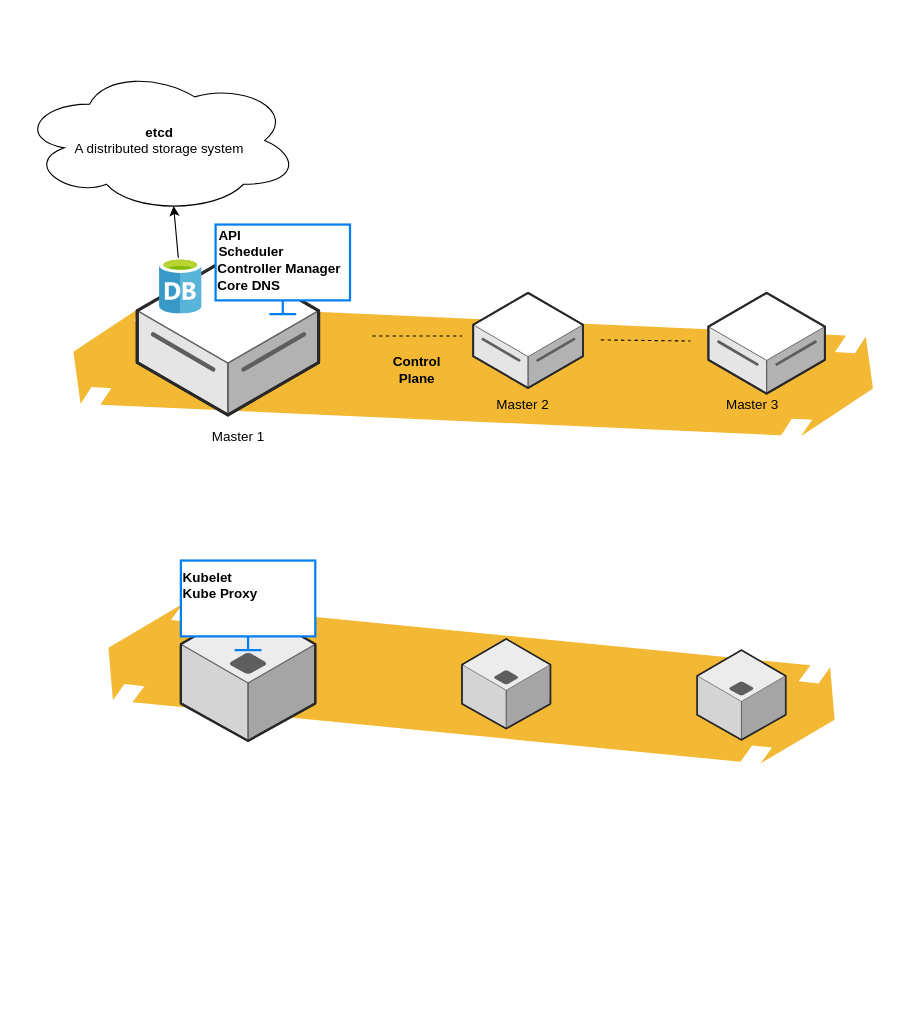
arjun289/CodeBinge keeps this draw.io diagram as draw_image/kube_basic.drawio. Above is the earlier version. Source tidied: cells renumbered, new cells numbered last; positions are measured from the earlier drawing's top-left corner, leaving out a move shared by most shapes. Both pictures are drawn from the tidied source at 112%, with x=0, y=0 at pixel (19, 67).
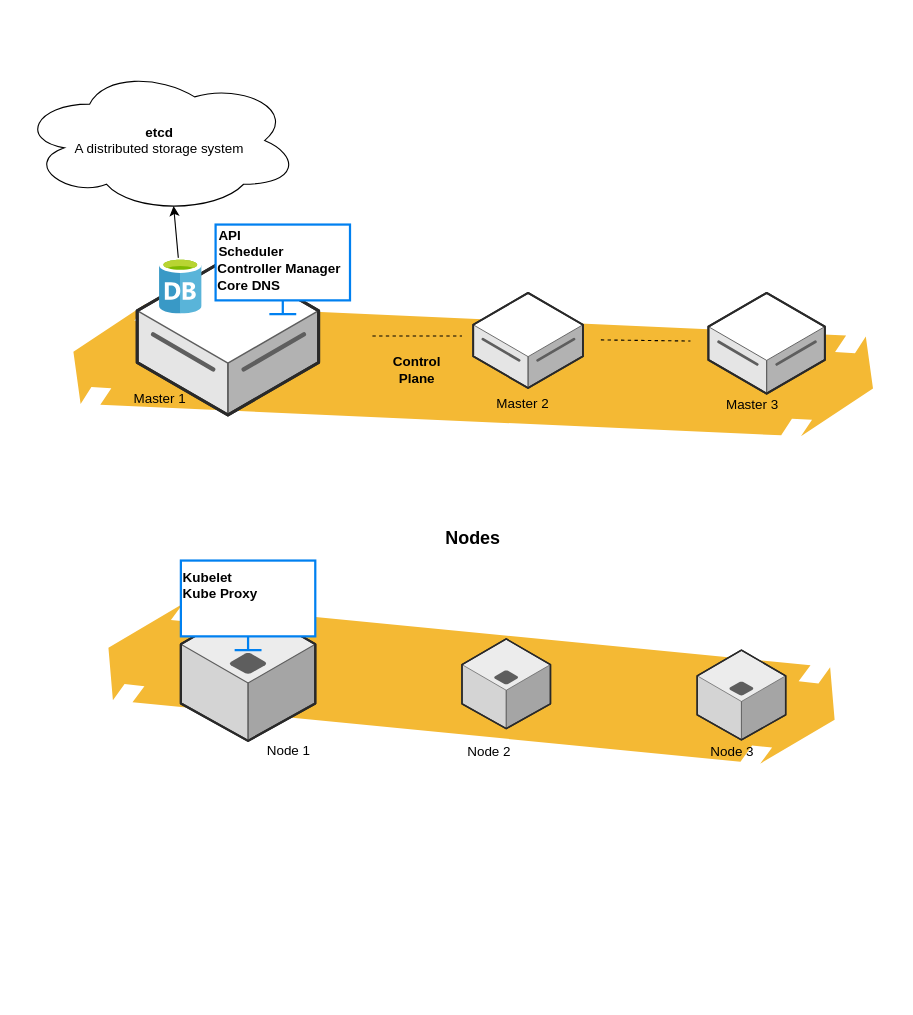
Above is the later version.

The edit, as a diff of the source:
```diff
@@
     <mxCell id="12" value="Master 1" style="text;html=1;strokeColor=none;fillColor=none;align=center;verticalAlign=middle;whiteSpace=wrap;rounded=0;" parent="1" vertex="1">
-      <mxGeometry x="166" y="320" width="59" height="20" as="geometry" />
+      <mxGeometry x="95.5" y="286" width="59" height="20" as="geometry" />
     </mxCell>
     <mxCell id="13" value="Master 2" style="text;html=1;strokeColor=none;fillColor=none;align=center;verticalAlign=middle;whiteSpace=wrap;rounded=0;" parent="1" vertex="1">
-      <mxGeometry x="420" y="291" width="59" height="20" as="geometry" />
+      <mxGeometry x="420" y="290" width="59" height="20" as="geometry" />
     </mxCell>
@@
+    <mxCell id="27" value="&lt;font style=&quot;font-size: 16px&quot;&gt;&lt;b&gt;Nodes&lt;/b&gt;&lt;/font&gt;" style="text;html=1;strokeColor=none;fillColor=none;align=center;verticalAlign=middle;whiteSpace=wrap;rounded=0;" parent="1" vertex="1">
+      <mxGeometry x="365" y="410" width="80" height="20" as="geometry" />
+    </mxCell>
+    <mxCell id="28" value="Node 1" style="text;html=1;strokeColor=none;fillColor=none;align=center;verticalAlign=middle;whiteSpace=wrap;rounded=0;" parent="1" vertex="1">
+      <mxGeometry x="209.5" y="600" width="61" height="20" as="geometry" />
+    </mxCell>
+    <mxCell id="29" value="Node 2" style="text;html=1;strokeColor=none;fillColor=none;align=center;verticalAlign=middle;whiteSpace=wrap;rounded=0;" parent="1" vertex="1">
+      <mxGeometry x="388.5" y="601" width="61" height="20" as="geometry" />
+    </mxCell>
+    <mxCell id="30" value="Node 3" style="text;html=1;strokeColor=none;fillColor=none;align=center;verticalAlign=middle;whiteSpace=wrap;rounded=0;" parent="1" vertex="1">
+      <mxGeometry x="606" y="601" width="61" height="20" as="geometry" />
+    </mxCell>
```
